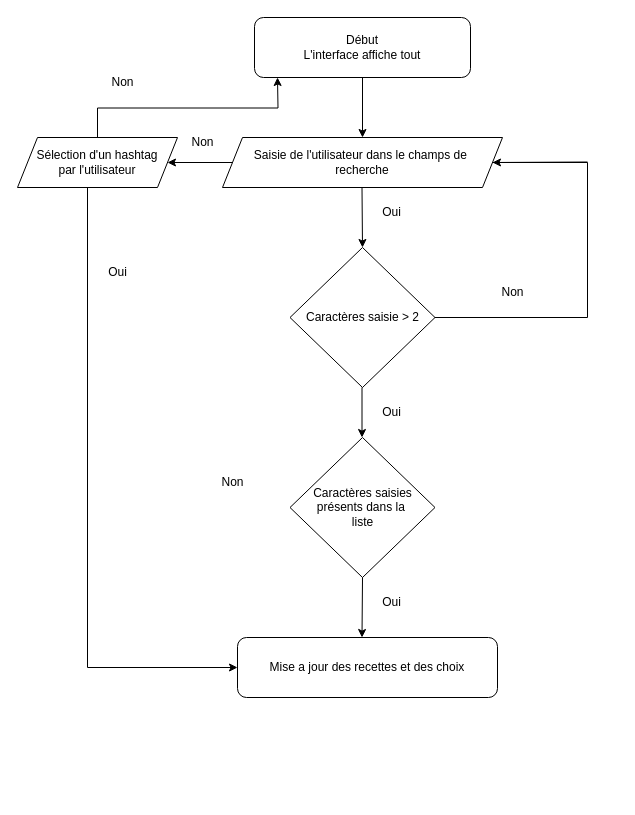
GillesQuodbach/p7_les_petits_plats keeps this draw.io diagram as diagram-P7.drawio. Above is the earlier version. Source tidied: cells renumbered, new cells numbered last; positions are measured from the earlier drawing's top-left corner, leaving out a move shared by most shapes. Both pictures are drawn from the tidied source at 100%, with x=0, y=0 at pixel (17, 17).
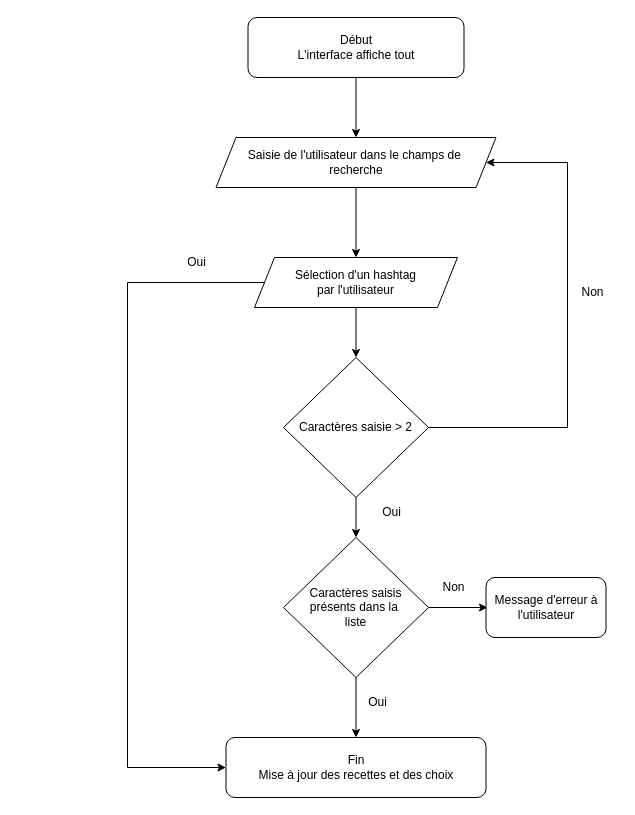
The same page after the edit.

Commit message:
Mettre à jour diagram-P7.drawio

What changed in the source:
```diff
@@
-    <mxCell id="2" style="endArrow=classic;html=1;rounded=0;exitX=0.5;exitY=1;exitDx=0;exitDy=0;" parent="1" edge="1" source="25">
-      <mxGeometry relative="1" as="geometry">
-        <mxPoint x="345" y="120" as="targetPoint" />
-      </mxGeometry>
+    <mxCell id="2" style="endArrow=classic;html=1;rounded=0;exitX=0.5;exitY=1;exitDx=0;exitDy=0;entryX=0.5;entryY=0;entryDx=0;entryDy=0;" parent="1" edge="1" source="25" target="4">
+      <mxGeometry relative="1" as="geometry" />
     </mxCell>
-    <mxCell id="3" style="edgeStyle=orthogonalEdgeStyle;rounded=0;jettySize=auto;html=1;exitX=0;exitY=0.5;exitDx=0;exitDy=0;" parent="1" edge="1" source="4" target="20">
-      <mxGeometry relative="1" as="geometry" />
-    </mxCell>
     <mxCell id="4" value="Saisie de l'utilisateur dans le champs de&amp;nbsp;&lt;br&gt;recherche" style="shape=parallelogram;perimeter=parallelogramPerimeter;whiteSpace=wrap;html=1;fixedSize=1;" parent="1" vertex="1">
-      <mxGeometry x="205" y="120" width="280" height="50" as="geometry" />
+      <mxGeometry x="198.5" y="120" width="280" height="50" as="geometry" />
     </mxCell>
-    <mxCell id="5" style="endArrow=classic;html=1;rounded=0;" parent="1" edge="1">
-      <mxGeometry relative="1" as="geometry">
-        <mxPoint x="344.5" y="170" as="sourcePoint" />
-        <mxPoint x="345" y="230" as="targetPoint" />
-      </mxGeometry>
+    <mxCell id="5" style="endArrow=classic;html=1;rounded=0;entryX=0.5;entryY=0;entryDx=0;entryDy=0;exitX=0.5;exitY=1;exitDx=0;exitDy=0;" parent="1" edge="1" source="4" target="20">
+      <mxGeometry relative="1" as="geometry" />
     </mxCell>
     <mxCell id="6" value="Non" style="text;html=1;align=center;verticalAlign=middle;strokeColor=none;fillColor=none;rotation=0;" parent="1" vertex="1">
-      <mxGeometry x="470" y="260" width="50" height="30" as="geometry" />
+      <mxGeometry x="550" y="260" width="50" height="30" as="geometry" />
     </mxCell>
-    <mxCell id="7" style="endArrow=none;html=1;rounded=0;startArrow=none;" parent="1" edge="1" source="8">
-      <mxGeometry relative="1" as="geometry">
-        <mxPoint x="370" y="260" as="targetPoint" />
-      </mxGeometry>
-    </mxCell>
-    <mxCell id="8" value="Caractères saisie &amp;gt; 2" style="rhombus;whiteSpace=wrap;html=1;" parent="1" vertex="1">
-      <mxGeometry x="272.5" y="230" width="145" height="140" as="geometry" />
-    </mxCell>
-    <mxCell id="9" style="endArrow=none;html=1;rounded=0;exitX=1;exitY=0.5;exitDx=0;exitDy=0;" parent="1" edge="1" source="4" target="8">
-      <mxGeometry relative="1" as="geometry">
-        <Array as="points">
-          <mxPoint x="570" y="145" />
-          <mxPoint x="570" y="300" />
-        </Array>
-      </mxGeometry>
-    </mxCell>
-    <mxCell id="10" style="endArrow=classic;html=1;rounded=0;entryX=1;entryY=0.5;entryDx=0;entryDy=0;" parent="1" edge="1" target="4">
-      <mxGeometry relative="1" as="geometry">
-        <mxPoint x="570" y="144.5" as="sourcePoint" />
-      </mxGeometry>
-    </mxCell>
-    <mxCell id="11" style="endArrow=classic;html=1;rounded=0;" parent="1" edge="1">
-      <mxGeometry relative="1" as="geometry">
-        <mxPoint x="344.5" y="370" as="sourcePoint" />
-        <mxPoint x="344.5" y="420" as="targetPoint" />
-      </mxGeometry>
+    <mxCell id="11" style="endArrow=classic;html=1;rounded=0;entryX=0.5;entryY=0;entryDx=0;entryDy=0;startArrow=none;" parent="1" edge="1" source="8" target="12">
+      <mxGeometry relative="1" as="geometry" />
     </mxCell>
-    <mxCell id="12" value="Caractères saisies&lt;br&gt;présents dans la&amp;nbsp;&lt;br&gt;liste" style="rhombus;whiteSpace=wrap;html=1;" parent="1" vertex="1">
-      <mxGeometry x="272.5" y="420" width="145" height="140" as="geometry" />
+    <mxCell id="12" value="Caractères saisis&lt;br&gt;présents dans la&amp;nbsp;&lt;br&gt;liste" style="rhombus;whiteSpace=wrap;html=1;" parent="1" vertex="1">
+      <mxGeometry x="266" y="520" width="145" height="140" as="geometry" />
     </mxCell>
     <mxCell id="13" value="Non" style="text;html=1;align=center;verticalAlign=middle;strokeColor=none;fillColor=none;rotation=0;" parent="1" vertex="1">
-      <mxGeometry x="190" y="450" width="50" height="30" as="geometry" />
+      <mxGeometry x="411" y="555" width="50" height="30" as="geometry" />
     </mxCell>
-    <mxCell id="14" value="Oui" style="text;html=1;align=center;verticalAlign=middle;strokeColor=none;fillColor=none;rotation=0;" parent="1" vertex="1">
-      <mxGeometry x="354" y="180" width="40" height="30" as="geometry" />
-    </mxCell>
@@
-    <mxCell id="16" style="endArrow=classic;html=1;rounded=0;exitX=0.5;exitY=1;exitDx=0;exitDy=0;" parent="1" edge="1" source="12">
-      <mxGeometry relative="1" as="geometry">
-        <mxPoint x="344.5" y="620" as="targetPoint" />
-      </mxGeometry>
+    <mxCell id="16" style="endArrow=classic;html=1;rounded=0;entryX=0.5;entryY=0;entryDx=0;entryDy=0;exitX=0.5;exitY=1;exitDx=0;exitDy=0;" parent="1" edge="1" source="12" target="24">
+      <mxGeometry relative="1" as="geometry" />
     </mxCell>
     <mxCell id="17" value="Oui" style="text;html=1;align=center;verticalAlign=middle;strokeColor=none;fillColor=none;rotation=0;" parent="1" vertex="1">
-      <mxGeometry x="354" y="570" width="40" height="30" as="geometry" />
+      <mxGeometry x="340" y="670" width="40" height="30" as="geometry" />
     </mxCell>
-    <mxCell id="18" style="endArrow=classic;html=1;rounded=0;entryX=0;entryY=0.5;entryDx=0;entryDy=0;" parent="1" edge="1">
-      <mxGeometry relative="1" as="geometry">
-        <mxPoint x="70" y="170" as="sourcePoint" />
-        <mxPoint x="220" y="650" as="targetPoint" />
-        <Array as="points">
-          <mxPoint x="70" y="650" />
-        </Array>
-      </mxGeometry>
-    </mxCell>
-    <mxCell id="19" style="edgeStyle=orthogonalEdgeStyle;rounded=0;jettySize=auto;html=1;exitX=0.5;exitY=0;exitDx=0;exitDy=0;" parent="1" edge="1" source="20">
-      <mxGeometry relative="1" as="geometry">
-        <mxPoint x="260" y="60" as="targetPoint" />
-      </mxGeometry>
-    </mxCell>
     <mxCell id="20" value="Sélection d'un hashtag&lt;br&gt;par l'utilisateur" style="shape=parallelogram;perimeter=parallelogramPerimeter;whiteSpace=wrap;html=1;fixedSize=1;" parent="1" vertex="1">
-      <mxGeometry y="120" width="160" height="50" as="geometry" />
+      <mxGeometry x="237" y="240" width="203" height="50" as="geometry" />
     </mxCell>
-    <mxCell id="21" value="Non" style="text;html=1;align=center;verticalAlign=middle;strokeColor=none;fillColor=none;rotation=0;" parent="1" vertex="1">
-      <mxGeometry x="160" y="110" width="50" height="30" as="geometry" />
-    </mxCell>
     <mxCell id="22" value="Oui" style="text;html=1;align=center;verticalAlign=middle;strokeColor=none;fillColor=none;rotation=0;" parent="1" vertex="1">
-      <mxGeometry x="80" y="240" width="40" height="30" as="geometry" />
+      <mxGeometry x="158.5" y="230" width="40" height="30" as="geometry" />
     </mxCell>
-    <mxCell id="23" value="Non" style="text;html=1;align=center;verticalAlign=middle;strokeColor=none;fillColor=none;rotation=0;" parent="1" vertex="1">
-      <mxGeometry x="80" y="50" width="50" height="30" as="geometry" />
-    </mxCell>
-    <mxCell id="24" value="Mise a jour des recettes et des choix" style="rounded=1;whiteSpace=wrap;html=1;" parent="1" vertex="1">
-      <mxGeometry x="220" y="620" width="260" height="60" as="geometry" />
+    <mxCell id="24" value="Fin&lt;br&gt;Mise à jour des recettes et des choix" style="rounded=1;whiteSpace=wrap;html=1;" parent="1" vertex="1">
+      <mxGeometry x="208.5" y="720" width="260" height="60" as="geometry" />
     </mxCell>
     <mxCell id="25" value="Début&lt;br&gt;L'interface affiche tout" style="rounded=1;whiteSpace=wrap;html=1;" parent="1" vertex="1">
-      <mxGeometry x="237" width="216" height="60" as="geometry" />
+      <mxGeometry x="230.5" width="216" height="60" as="geometry" />
     </mxCell>
+    <mxCell id="26" style="endArrow=classic;html=1;rounded=0;exitX=1;exitY=0.5;exitDx=0;exitDy=0;" parent="1" edge="1" source="12">
+      <mxGeometry relative="1" as="geometry">
+        <mxPoint x="470" y="590" as="targetPoint" />
+      </mxGeometry>
+    </mxCell>
+    <mxCell id="27" value="Message d'erreur à l'utilisateur" style="rounded=1;whiteSpace=wrap;html=1;" parent="1" vertex="1">
+      <mxGeometry x="468.5" y="560" width="120" height="60" as="geometry" />
+    </mxCell>
+    <mxCell id="8" value="Caractères saisie &amp;gt; 2" style="rhombus;whiteSpace=wrap;html=1;" parent="1" vertex="1">
+      <mxGeometry x="266" y="340" width="145" height="140" as="geometry" />
+    </mxCell>
+    <mxCell id="28" style="endArrow=classic;html=1;rounded=0;entryX=0.5;entryY=0;entryDx=0;entryDy=0;exitX=0.5;exitY=1;exitDx=0;exitDy=0;" parent="1" edge="1" source="20" target="8">
+      <mxGeometry relative="1" as="geometry" />
+    </mxCell>
+    <mxCell id="29" style="endArrow=classic;html=1;rounded=0;exitX=1;exitY=0.5;exitDx=0;exitDy=0;entryX=1;entryY=0.5;entryDx=0;entryDy=0;" parent="1" edge="1" source="8" target="4">
+      <mxGeometry relative="1" as="geometry">
+        <Array as="points">
+          <mxPoint x="550" y="410" />
+          <mxPoint x="550" y="145" />
+        </Array>
+      </mxGeometry>
+    </mxCell>
+    <mxCell id="14" value="Oui" style="text;html=1;align=center;verticalAlign=middle;strokeColor=none;fillColor=none;rotation=0;" parent="1" vertex="1">
+      <mxGeometry x="354" y="480" width="40" height="30" as="geometry" />
+    </mxCell>
+    <mxCell id="30" style="endArrow=classic;html=1;rounded=0;exitX=0;exitY=0.5;exitDx=0;exitDy=0;entryX=0;entryY=0.5;entryDx=0;entryDy=0;" parent="1" edge="1" source="20" target="24">
+      <mxGeometry relative="1" as="geometry">
+        <Array as="points">
+          <mxPoint x="110" y="265" />
+          <mxPoint x="110" y="750" />
+        </Array>
+      </mxGeometry>
+    </mxCell>
```
